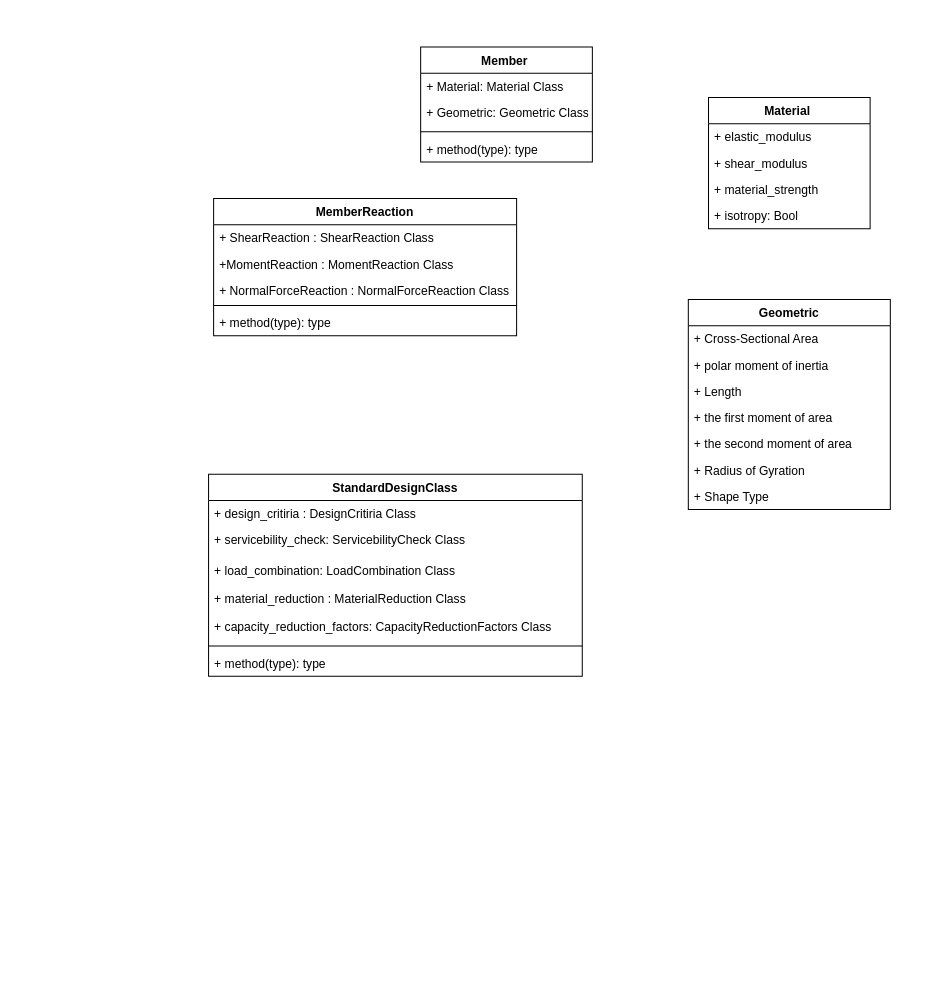
Above: Structures.drawio in ttasbahji/Member-Design-And-Analysis (draw.io), before the change. Source tidied: cells renumbered, new cells numbered last; positions are measured from the earlier drawing's top-left corner, leaving out a move shared by most shapes. Both pictures are drawn from the tidied source at 101%, with x=0, y=0 at pixel (208, 46).
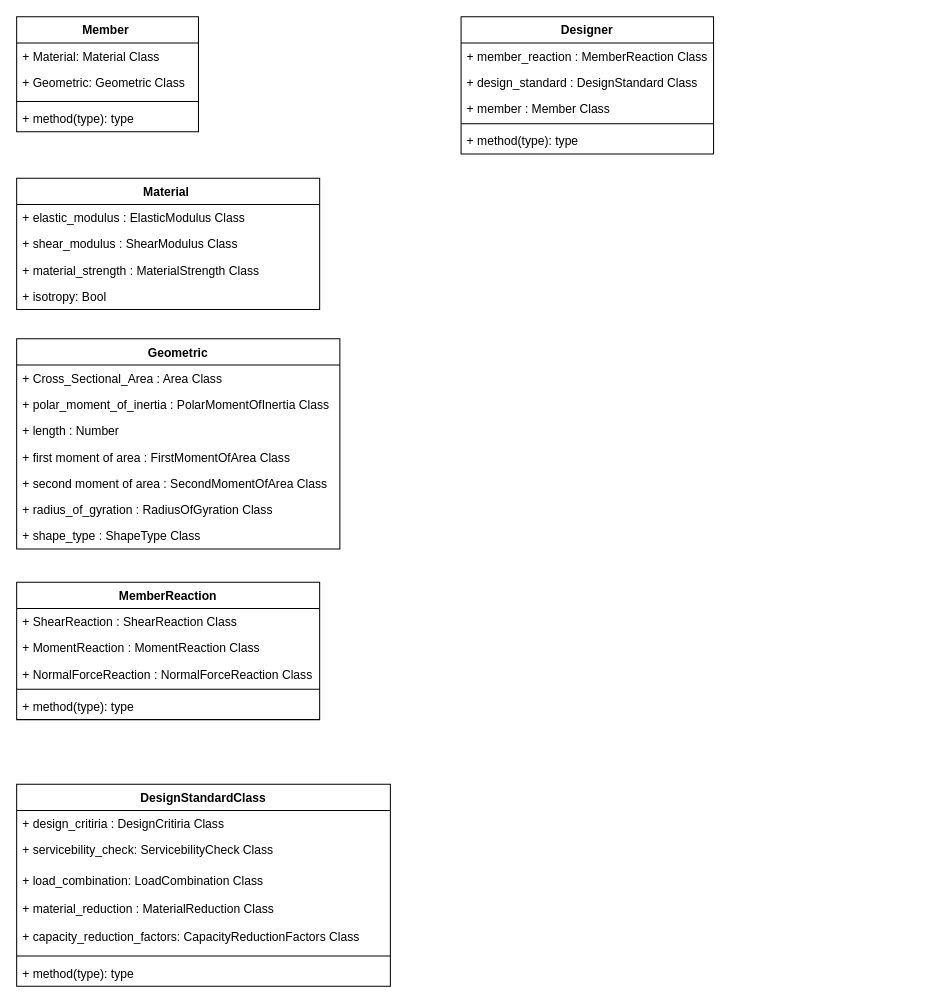
The same diagram, later.

Change to the diagram source:
```diff
@@
+    <mxCell id="12" value="&#10;" style="text;strokeColor=none;fillColor=none;align=left;verticalAlign=top;spacingLeft=4;spacingRight=4;overflow=hidden;" parent="1" vertex="1">
+      <mxGeometry x="495" y="380" width="200" height="26" as="geometry" />
+    </mxCell>
     <mxCell id="2" value="Member " style="swimlane;fontStyle=1;align=center;verticalAlign=top;horizontal=1;startSize=26;" parent="1" vertex="1">
-      <mxGeometry x="210" width="170" height="114" as="geometry" />
+      <mxGeometry x="-190" y="-30" width="180" height="114" as="geometry" />
     </mxCell>
     <mxCell id="3" value="+ Material: Material Class&#10;" style="text;strokeColor=none;fillColor=none;align=left;verticalAlign=top;spacingLeft=4;spacingRight=4;overflow=hidden;" parent="2" vertex="1">
-      <mxGeometry y="26" width="170" height="26" as="geometry" />
+      <mxGeometry y="26" width="180" height="26" as="geometry" />
     </mxCell>
     <mxCell id="4" value="+ Geometric: Geometric Class&#10;" style="text;strokeColor=none;fillColor=none;align=left;verticalAlign=top;spacingLeft=4;spacingRight=4;overflow=hidden;" parent="2" vertex="1">
-      <mxGeometry y="52" width="170" height="28" as="geometry" />
+      <mxGeometry y="52" width="180" height="28" as="geometry" />
     </mxCell>
     <mxCell id="5" style="line;strokeWidth=1;fillColor=none;align=left;verticalAlign=middle;spacingTop=-1;spacingLeft=3;spacingRight=3;labelPosition=right;" parent="2" vertex="1">
-      <mxGeometry y="80" width="170" height="8" as="geometry" />
+      <mxGeometry y="80" width="180" height="8" as="geometry" />
     </mxCell>
     <mxCell id="6" value="+ method(type): type" style="text;strokeColor=none;fillColor=none;align=left;verticalAlign=top;spacingLeft=4;spacingRight=4;overflow=hidden;" parent="2" vertex="1">
-      <mxGeometry y="88" width="170" height="26" as="geometry" />
+      <mxGeometry y="88" width="180" height="26" as="geometry" />
     </mxCell>
     <mxCell id="7" value="Material " style="swimlane;fontStyle=1;align=center;verticalAlign=top;horizontal=1;startSize=26;" parent="1" vertex="1">
-      <mxGeometry x="495" y="50" width="160" height="130" as="geometry" />
+      <mxGeometry x="-190" y="130" width="300" height="130" as="geometry" />
     </mxCell>
-    <mxCell id="8" value="+ elastic_modulus" style="text;strokeColor=none;fillColor=none;align=left;verticalAlign=top;spacingLeft=4;spacingRight=4;overflow=hidden;" parent="7" vertex="1">
-      <mxGeometry y="26" width="160" height="26" as="geometry" />
+    <mxCell id="8" value="+ elastic_modulus : ElasticModulus Class" style="text;strokeColor=none;fillColor=none;align=left;verticalAlign=top;spacingLeft=4;spacingRight=4;overflow=hidden;" parent="7" vertex="1">
+      <mxGeometry y="26" width="300" height="26" as="geometry" />
     </mxCell>
-    <mxCell id="9" value="+ shear_modulus" style="text;strokeColor=none;fillColor=none;align=left;verticalAlign=top;spacingLeft=4;spacingRight=4;overflow=hidden;" parent="7" vertex="1">
-      <mxGeometry y="52" width="160" height="26" as="geometry" />
+    <mxCell id="9" value="+ shear_modulus : ShearModulus Class" style="text;strokeColor=none;fillColor=none;align=left;verticalAlign=top;spacingLeft=4;spacingRight=4;overflow=hidden;" parent="7" vertex="1">
+      <mxGeometry y="52" width="300" height="26" as="geometry" />
     </mxCell>
-    <mxCell id="10" value="+ material_strength" style="text;strokeColor=none;fillColor=none;align=left;verticalAlign=top;spacingLeft=4;spacingRight=4;overflow=hidden;" parent="7" vertex="1">
-      <mxGeometry y="78" width="160" height="26" as="geometry" />
+    <mxCell id="10" value="+ material_strength : MaterialStrength Class" style="text;strokeColor=none;fillColor=none;align=left;verticalAlign=top;spacingLeft=4;spacingRight=4;overflow=hidden;" parent="7" vertex="1">
+      <mxGeometry y="78" width="300" height="26" as="geometry" />
     </mxCell>
     <mxCell id="11" value="+ isotropy: Bool&#10;&#10;" style="text;strokeColor=none;fillColor=none;align=left;verticalAlign=top;spacingLeft=4;spacingRight=4;overflow=hidden;" parent="7" vertex="1">
-      <mxGeometry y="104" width="160" height="26" as="geometry" />
+      <mxGeometry y="104" width="300" height="26" as="geometry" />
     </mxCell>
-    <mxCell id="12" value="&#10;" style="text;strokeColor=none;fillColor=none;align=left;verticalAlign=top;spacingLeft=4;spacingRight=4;overflow=hidden;" parent="1" vertex="1">
-      <mxGeometry x="495" y="380" width="200" height="26" as="geometry" />
-    </mxCell>
     <mxCell id="13" value="Geometric" style="swimlane;fontStyle=1;align=center;verticalAlign=top;horizontal=1;startSize=26;" parent="1" vertex="1">
-      <mxGeometry x="475" y="250" width="200" height="208" as="geometry" />
+      <mxGeometry x="-190" y="289" width="320" height="208" as="geometry" />
     </mxCell>
-    <mxCell id="14" value="+ Cross-Sectional Area &#10;" style="text;strokeColor=none;fillColor=none;align=left;verticalAlign=top;spacingLeft=4;spacingRight=4;overflow=hidden;" parent="13" vertex="1">
-      <mxGeometry y="26" width="200" height="26" as="geometry" />
+    <mxCell id="14" value="+ Cross_Sectional_Area : Area Class" style="text;strokeColor=none;fillColor=none;align=left;verticalAlign=top;spacingLeft=4;spacingRight=4;overflow=hidden;" parent="13" vertex="1">
+      <mxGeometry y="26" width="320" height="26" as="geometry" />
     </mxCell>
-    <mxCell id="15" value="+ polar moment of inertia" style="text;strokeColor=none;fillColor=none;align=left;verticalAlign=top;spacingLeft=4;spacingRight=4;overflow=hidden;" parent="13" vertex="1">
-      <mxGeometry y="52" width="200" height="26" as="geometry" />
+    <mxCell id="15" value="+ polar_moment_of_inertia : PolarMomentOfInertia Class" style="text;strokeColor=none;fillColor=none;align=left;verticalAlign=top;spacingLeft=4;spacingRight=4;overflow=hidden;" parent="13" vertex="1">
+      <mxGeometry y="52" width="320" height="26" as="geometry" />
     </mxCell>
-    <mxCell id="16" value="+ Length" style="text;strokeColor=none;fillColor=none;align=left;verticalAlign=top;spacingLeft=4;spacingRight=4;overflow=hidden;" parent="13" vertex="1">
-      <mxGeometry y="78" width="200" height="26" as="geometry" />
+    <mxCell id="16" value="+ length : Number" style="text;strokeColor=none;fillColor=none;align=left;verticalAlign=top;spacingLeft=4;spacingRight=4;overflow=hidden;" parent="13" vertex="1">
+      <mxGeometry y="78" width="320" height="26" as="geometry" />
     </mxCell>
-    <mxCell id="17" value="+ the first moment of area&#10;&#10;" style="text;strokeColor=none;fillColor=none;align=left;verticalAlign=top;spacingLeft=4;spacingRight=4;overflow=hidden;" parent="13" vertex="1">
-      <mxGeometry y="104" width="200" height="26" as="geometry" />
+    <mxCell id="17" value="+ first moment of area : FirstMomentOfArea Class" style="text;strokeColor=none;fillColor=none;align=left;verticalAlign=top;spacingLeft=4;spacingRight=4;overflow=hidden;" parent="13" vertex="1">
+      <mxGeometry y="104" width="320" height="26" as="geometry" />
     </mxCell>
-    <mxCell id="18" value="+ the second moment of area" style="text;strokeColor=none;fillColor=none;align=left;verticalAlign=top;spacingLeft=4;spacingRight=4;overflow=hidden;" parent="13" vertex="1">
-      <mxGeometry y="130" width="200" height="26" as="geometry" />
+    <mxCell id="18" value="+ second moment of area : SecondMomentOfArea Class" style="text;strokeColor=none;fillColor=none;align=left;verticalAlign=top;spacingLeft=4;spacingRight=4;overflow=hidden;" parent="13" vertex="1">
+      <mxGeometry y="130" width="320" height="26" as="geometry" />
     </mxCell>
-    <mxCell id="19" value="+ Radius of Gyration " style="text;strokeColor=none;fillColor=none;align=left;verticalAlign=top;spacingLeft=4;spacingRight=4;overflow=hidden;" parent="13" vertex="1">
-      <mxGeometry y="156" width="200" height="26" as="geometry" />
+    <mxCell id="19" value="+ radius_of_gyration : RadiusOfGyration Class" style="text;strokeColor=none;fillColor=none;align=left;verticalAlign=top;spacingLeft=4;spacingRight=4;overflow=hidden;" parent="13" vertex="1">
+      <mxGeometry y="156" width="320" height="26" as="geometry" />
     </mxCell>
-    <mxCell id="20" value="+ Shape Type" style="text;strokeColor=none;fillColor=none;align=left;verticalAlign=top;spacingLeft=4;spacingRight=4;overflow=hidden;" parent="13" vertex="1">
-      <mxGeometry y="182" width="200" height="26" as="geometry" />
+    <mxCell id="20" value="+ shape_type : ShapeType Class" style="text;strokeColor=none;fillColor=none;align=left;verticalAlign=top;spacingLeft=4;spacingRight=4;overflow=hidden;" parent="13" vertex="1">
+      <mxGeometry y="182" width="320" height="26" as="geometry" />
     </mxCell>
+    <mxCell id="35" value="Designer" style="swimlane;fontStyle=1;align=center;verticalAlign=top;horizontal=1;startSize=26;" parent="1" vertex="1">
+      <mxGeometry x="250" y="-30" width="250" height="136" as="geometry" />
+    </mxCell>
+    <mxCell id="36" value="+ member_reaction : MemberReaction Class" style="text;strokeColor=none;fillColor=none;align=left;verticalAlign=top;spacingLeft=4;spacingRight=4;overflow=hidden;" parent="35" vertex="1">
+      <mxGeometry y="26" width="250" height="26" as="geometry" />
+    </mxCell>
+    <mxCell id="37" value="+ design_standard : DesignStandard Class&#10;" style="text;strokeColor=none;fillColor=none;align=left;verticalAlign=top;spacingLeft=4;spacingRight=4;overflow=hidden;" parent="35" vertex="1">
+      <mxGeometry y="52" width="250" height="26" as="geometry" />
+    </mxCell>
+    <mxCell id="38" value="+ member : Member Class&#10;" style="text;strokeColor=none;fillColor=none;align=left;verticalAlign=top;spacingLeft=4;spacingRight=4;overflow=hidden;" parent="35" vertex="1">
+      <mxGeometry y="78" width="250" height="24" as="geometry" />
+    </mxCell>
+    <mxCell id="39" style="line;strokeWidth=1;fillColor=none;align=left;verticalAlign=middle;spacingTop=-1;spacingLeft=3;spacingRight=3;labelPosition=right;" parent="35" vertex="1">
+      <mxGeometry y="102" width="250" height="8" as="geometry" />
+    </mxCell>
+    <mxCell id="40" value="+ method(type): type" style="text;strokeColor=none;fillColor=none;align=left;verticalAlign=top;spacingLeft=4;spacingRight=4;overflow=hidden;" parent="35" vertex="1">
+      <mxGeometry y="110" width="250" height="26" as="geometry" />
+    </mxCell>
     <mxCell id="21" value="MemberReaction" style="swimlane;fontStyle=1;align=center;verticalAlign=top;horizontal=1;startSize=26;" parent="1" vertex="1">
-      <mxGeometry x="5" y="150" width="300" height="136" as="geometry" />
+      <mxGeometry x="-190" y="530" width="300" height="136" as="geometry" />
     </mxCell>
@@
-    <mxCell id="23" value="+MomentReaction : MomentReaction Class&#10;" style="text;strokeColor=none;fillColor=none;align=left;verticalAlign=top;spacingLeft=4;spacingRight=4;overflow=hidden;" parent="21" vertex="1">
+    <mxCell id="23" value="+ MomentReaction : MomentReaction Class&#10;" style="text;strokeColor=none;fillColor=none;align=left;verticalAlign=top;spacingLeft=4;spacingRight=4;overflow=hidden;" parent="21" vertex="1">
       <mxGeometry y="52" width="300" height="26" as="geometry" />
     </mxCell>
@@
-    <mxCell id="27" value="StandardDesignClass" style="swimlane;fontStyle=1;align=center;verticalAlign=top;horizontal=1;startSize=26;" parent="1" vertex="1">
-      <mxGeometry y="423" width="370" height="200" as="geometry" />
+    <mxCell id="27" value="DesignStandardClass" style="swimlane;fontStyle=1;align=center;verticalAlign=top;horizontal=1;startSize=26;" parent="1" vertex="1">
+      <mxGeometry x="-190" y="730" width="370" height="200" as="geometry" />
     </mxCell>
```
